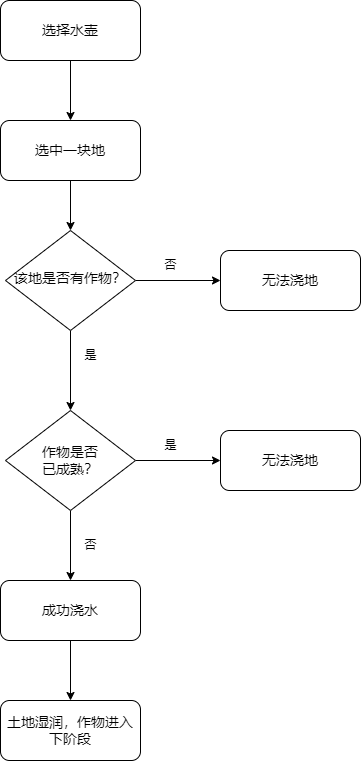
Above: draw/种植逻辑.drawio.png in TRAVISZHAN/images (draw.io), before the change. Source tidied: cells renumbered, new cells last; positions are measured from the earlier drawing's top-left corner, leaving out a move shared by most shapes.
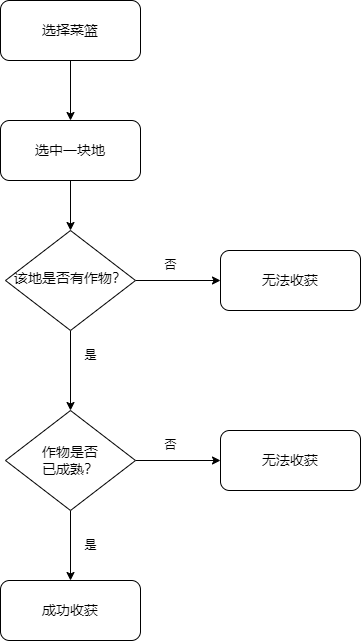
After the change.

Commit message:
更新收获逻辑.drawio.png

What changed in the source:
```diff
@@ -17,13 +17,10 @@
     <mxCell id="6" value="&lt;font style=&quot;font-size: 14px;&quot;&gt;该地是否有作物？&lt;/font&gt;" style="rhombus;whiteSpace=wrap;html=1;shadow=0;fontFamily=Helvetica;fontSize=12;align=center;strokeWidth=1;spacing=6;spacingTop=-4;" parent="1" vertex="1">
       <mxGeometry x="5" y="230" width="130" height="100" as="geometry" />
     </mxCell>
-    <mxCell id="7" value="&lt;font style=&quot;font-size: 14px;&quot;&gt;无法浇地&lt;/font&gt;" style="rounded=1;whiteSpace=wrap;html=1;fontSize=12;glass=0;strokeWidth=1;shadow=0;" parent="1" vertex="1">
+    <mxCell id="7" value="&lt;font style=&quot;font-size: 14px;&quot;&gt;无法收获&lt;/font&gt;" style="rounded=1;whiteSpace=wrap;html=1;fontSize=12;glass=0;strokeWidth=1;shadow=0;" parent="1" vertex="1">
       <mxGeometry x="220" y="250" width="140" height="60" as="geometry" />
     </mxCell>
-    <mxCell id="8" style="edgeStyle=orthogonalEdgeStyle;rounded=0;jettySize=auto;html=1;" parent="1" edge="1" source="9" target="20">
-      <mxGeometry relative="1" as="geometry" />
-    </mxCell>
-    <mxCell id="9" value="&lt;font style=&quot;font-size: 14px;&quot;&gt;成功浇水&lt;/font&gt;" style="rounded=1;whiteSpace=wrap;html=1;fontSize=12;glass=0;strokeWidth=1;shadow=0;" parent="1" vertex="1">
+    <mxCell id="9" value="&lt;font style=&quot;font-size: 14px;&quot;&gt;成功收获&lt;/font&gt;" style="rounded=1;whiteSpace=wrap;html=1;fontSize=12;glass=0;strokeWidth=1;shadow=0;" parent="1" vertex="1">
       <mxGeometry y="580" width="140" height="60" as="geometry" />
     </mxCell>
     <mxCell id="10" value="是" style="text;html=1;align=center;verticalAlign=middle;strokeColor=none;fillColor=none;" parent="1" vertex="1">
@@ -35,7 +32,7 @@
     <mxCell id="12" style="edgeStyle=orthogonalEdgeStyle;rounded=0;jettySize=auto;html=1;" parent="1" edge="1" source="13" target="3">
       <mxGeometry relative="1" as="geometry" />
     </mxCell>
-    <mxCell id="13" value="&lt;font style=&quot;font-size: 14px;&quot;&gt;选择水壶&lt;/font&gt;" style="rounded=1;whiteSpace=wrap;html=1;" parent="1" vertex="1">
+    <mxCell id="13" value="&lt;font style=&quot;font-size: 14px;&quot;&gt;选择菜篮&lt;/font&gt;" style="rounded=1;whiteSpace=wrap;html=1;" parent="1" vertex="1">
       <mxGeometry width="140" height="60" as="geometry" />
     </mxCell>
     <mxCell id="14" style="edgeStyle=orthogonalEdgeStyle;rounded=0;jettySize=auto;html=1;entryX=0.5;entryY=0;entryDx=0;entryDy=0;exitX=0.5;exitY=1;exitDx=0;exitDy=0;" parent="1" edge="1" source="16" target="9">
@@ -47,17 +44,14 @@
     <mxCell id="16" value="&lt;span style=&quot;font-size: 14px;&quot;&gt;作物是否&lt;br&gt;已成熟？&lt;/span&gt;" style="rhombus;whiteSpace=wrap;html=1;align=center;" parent="1" vertex="1">
       <mxGeometry x="5" y="410" width="130" height="100" as="geometry" />
     </mxCell>
-    <mxCell id="17" value="否" style="text;html=1;align=center;verticalAlign=middle;strokeColor=none;fillColor=none;" parent="1" vertex="1">
+    <mxCell id="17" value="是" style="text;html=1;align=center;verticalAlign=middle;strokeColor=none;fillColor=none;" parent="1" vertex="1">
       <mxGeometry x="70" y="530" width="40" height="30" as="geometry" />
     </mxCell>
-    <mxCell id="18" value="&lt;font style=&quot;font-size: 14px;&quot;&gt;无法浇地&lt;/font&gt;" style="rounded=1;whiteSpace=wrap;html=1;" parent="1" vertex="1">
+    <mxCell id="18" value="&lt;font style=&quot;font-size: 14px;&quot;&gt;无法收获&lt;/font&gt;" style="rounded=1;whiteSpace=wrap;html=1;" parent="1" vertex="1">
       <mxGeometry x="220" y="430" width="140" height="60" as="geometry" />
     </mxCell>
-    <mxCell id="19" value="是" style="text;html=1;align=center;verticalAlign=middle;strokeColor=none;fillColor=none;" parent="1" vertex="1">
+    <mxCell id="19" value="否" style="text;html=1;align=center;verticalAlign=middle;strokeColor=none;fillColor=none;" parent="1" vertex="1">
       <mxGeometry x="150" y="430" width="40" height="30" as="geometry" />
     </mxCell>
-    <mxCell id="20" value="&lt;font style=&quot;font-size: 14px;&quot;&gt;土地湿润，作物进入下阶段&lt;/font&gt;" style="whiteSpace=wrap;html=1;rounded=1;glass=0;strokeWidth=1;shadow=0;" parent="1" vertex="1">
-      <mxGeometry y="700" width="140" height="60" as="geometry" />
-    </mxCell>
   </root>
 </mxGraphModel>
```
